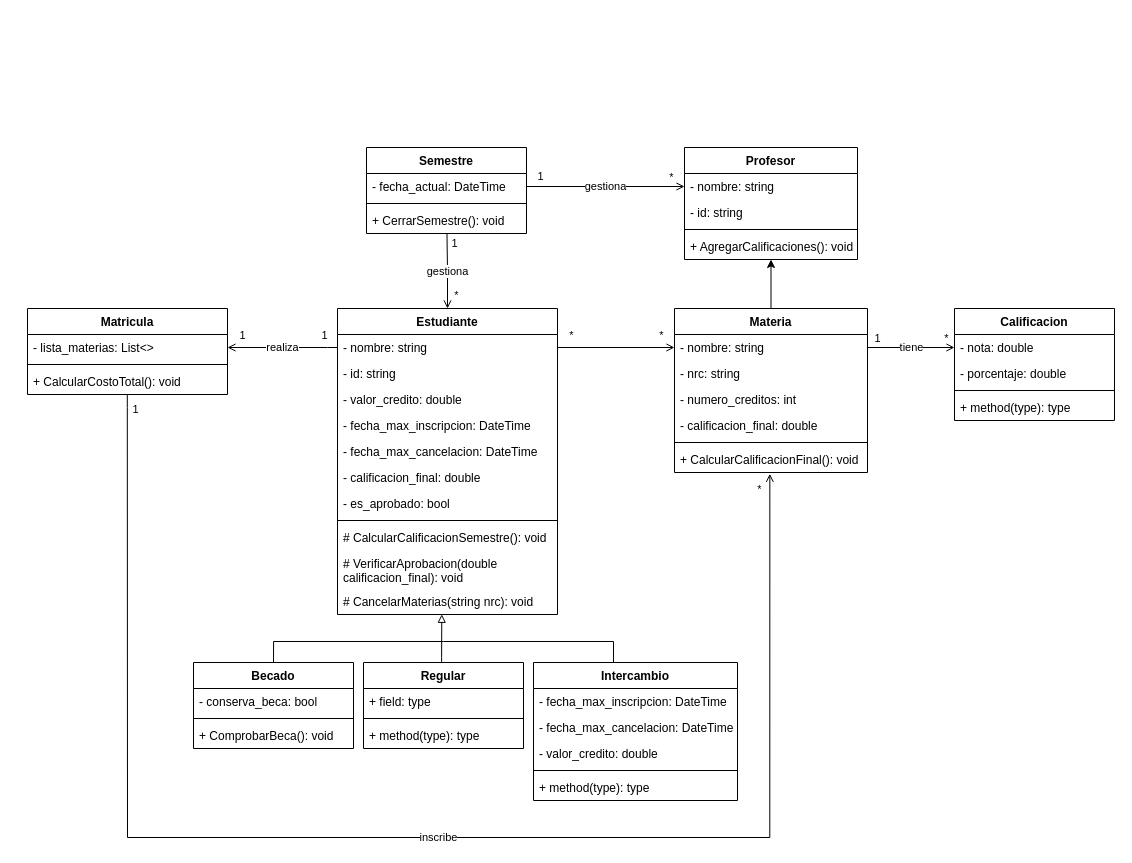
Earlier version of the draw.io diagram Diagrama UML.drawio (samuelperezh/sistema-universitario-poo). Source tidied: cells renumbered, new cells numbered last; positions are measured from the earlier drawing's top-left corner, leaving out a move shared by most shapes. Both pictures are drawn from the tidied source at 100%, with x=0, y=0 at pixel (27, 147).
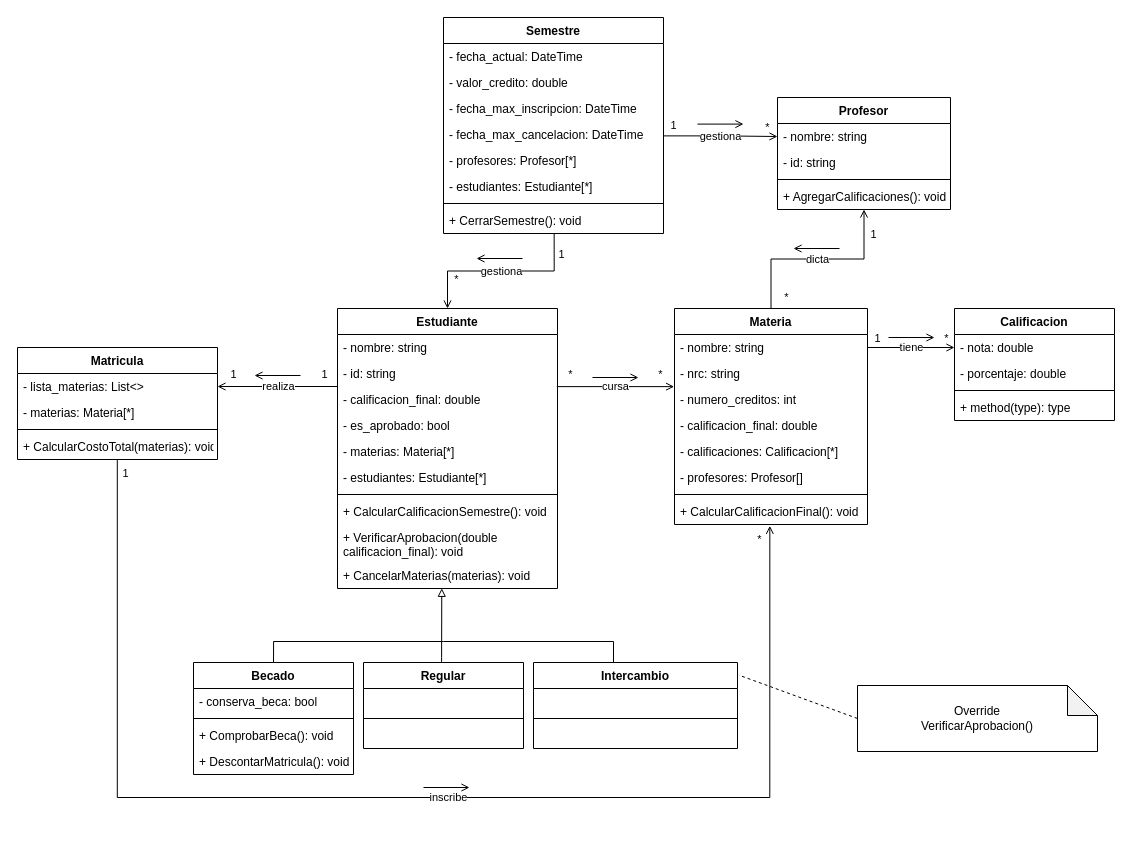
After the change.

Commit message:
Diagrama UML v1.0

The change refers to these unchanged cells:
```xml
<mxCell id="6" value="- nombre: string" style="text;strokeColor=none;fillColor=none;align=left;verticalAlign=top;spacingLeft=4;spacingRight=4;overflow=hidden;points=[[0,0.5],[1,0.5]];portConstraint=eastwest;" parent="5" vertex="1">
  <mxGeometry y="26" width="220" height="26" as="geometry" />
</mxCell>
<mxCell id="7" value="- id: string" style="text;strokeColor=none;fillColor=none;align=left;verticalAlign=top;spacingLeft=4;spacingRight=4;overflow=hidden;points=[[0,0.5],[1,0.5]];portConstraint=eastwest;" parent="5" vertex="1">
  <mxGeometry y="52" width="220" height="26" as="geometry" />
</mxCell>
<mxCell id="26" value="- lista_materias: List&lt;&gt;" style="text;strokeColor=none;fillColor=none;align=left;verticalAlign=top;spacingLeft=4;spacingRight=4;overflow=hidden;points=[[0,0.5],[1,0.5]];portConstraint=eastwest;" parent="25" vertex="1">
  <mxGeometry y="26" width="200" height="26" as="geometry" />
</mxCell>
<mxCell id="31" value="- nombre: string" style="text;strokeColor=none;fillColor=none;align=left;verticalAlign=top;spacingLeft=4;spacingRight=4;overflow=hidden;points=[[0,0.5],[1,0.5]];portConstraint=eastwest;" parent="30" vertex="1">
  <mxGeometry y="26" width="193" height="26" as="geometry" />
</mxCell>
<mxCell id="32" value="- nrc: string" style="text;strokeColor=none;fillColor=none;align=left;verticalAlign=top;spacingLeft=4;spacingRight=4;overflow=hidden;points=[[0,0.5],[1,0.5]];portConstraint=eastwest;" parent="30" vertex="1">
  <mxGeometry y="52" width="193" height="26" as="geometry" />
</mxCell>
<mxCell id="42" value="- nombre: string" style="text;strokeColor=none;fillColor=none;align=left;verticalAlign=top;spacingLeft=4;spacingRight=4;overflow=hidden;points=[[0,0.5],[1,0.5]];portConstraint=eastwest;" parent="41" vertex="1">
  <mxGeometry y="26" width="173" height="26" as="geometry" />
</mxCell>
<mxCell id="51" value="Regular" style="swimlane;fontStyle=1;align=center;verticalAlign=top;horizontal=1;startSize=26;fillColor=none;" parent="1" vertex="1">
  <mxGeometry x="336" y="515" width="160" height="86" as="geometry" />
</mxCell>
```

Change to the diagram source:
```diff
@@
     <mxCell id="5" value="Estudiante" style="swimlane;fontStyle=1;align=center;verticalAlign=top;horizontal=1;startSize=26;fillColor=none;" parent="1" vertex="1">
-      <mxGeometry x="310" y="161" width="220" height="306" as="geometry" />
+      <mxGeometry x="310" y="161" width="220" height="280" as="geometry" />
     </mxCell>
@@
-    <mxCell id="8" value="- valor_credito: double" style="text;strokeColor=none;fillColor=none;align=left;verticalAlign=top;spacingLeft=4;spacingRight=4;overflow=hidden;" parent="5" vertex="1">
-      <mxGeometry y="78" width="220" height="26" as="geometry" />
-    </mxCell>
-    <mxCell id="9" value="- fecha_max_inscripcion: DateTime" style="text;strokeColor=none;fillColor=none;align=left;verticalAlign=top;spacingLeft=4;spacingRight=4;overflow=hidden;" parent="5" vertex="1">
-      <mxGeometry y="104" width="220" height="26" as="geometry" />
-    </mxCell>
-    <mxCell id="10" value="- fecha_max_cancelacion: DateTime" style="text;strokeColor=none;fillColor=none;align=left;verticalAlign=top;spacingLeft=4;spacingRight=4;overflow=hidden;points=[[0,0.5],[1,0.5]];portConstraint=eastwest;" parent="5" vertex="1">
-      <mxGeometry y="130" width="220" height="26" as="geometry" />
-    </mxCell>
     <mxCell id="11" value="- calificacion_final: double" style="text;strokeColor=none;fillColor=none;align=left;verticalAlign=top;spacingLeft=4;spacingRight=4;overflow=hidden;points=[[0,0.5],[1,0.5]];portConstraint=eastwest;" parent="5" vertex="1">
-      <mxGeometry y="156" width="220" height="26" as="geometry" />
+      <mxGeometry y="78" width="220" height="26" as="geometry" />
     </mxCell>
     <mxCell id="12" value="- es_aprobado: bool" style="text;strokeColor=none;fillColor=none;align=left;verticalAlign=top;spacingLeft=4;spacingRight=4;overflow=hidden;" parent="5" vertex="1">
-      <mxGeometry y="182" width="220" height="26" as="geometry" />
+      <mxGeometry y="104" width="220" height="26" as="geometry" />
     </mxCell>
+    <mxCell id="81" value="- materias: Materia[*]" style="text;strokeColor=none;fillColor=none;align=left;verticalAlign=top;spacingLeft=4;spacingRight=4;overflow=hidden;" parent="5" vertex="1">
+      <mxGeometry y="130" width="220" height="26" as="geometry" />
+    </mxCell>
+    <mxCell id="82" value="- estudiantes: Estudiante[*]" style="text;strokeColor=none;fillColor=none;align=left;verticalAlign=top;spacingLeft=4;spacingRight=4;overflow=hidden;" parent="5" vertex="1">
+      <mxGeometry y="156" width="220" height="26" as="geometry" />
+    </mxCell>
     <mxCell id="13" style="line;strokeWidth=1;fillColor=none;align=left;verticalAlign=middle;spacingTop=-1;spacingLeft=3;spacingRight=3;labelPosition=right;" parent="5" vertex="1">
-      <mxGeometry y="208" width="220" height="8" as="geometry" />
+      <mxGeometry y="182" width="220" height="8" as="geometry" />
     </mxCell>
-    <mxCell id="14" value="# CalcularCalificacionSemestre(): void" style="text;strokeColor=none;fillColor=none;align=left;verticalAlign=top;spacingLeft=4;spacingRight=4;overflow=hidden;" parent="5" vertex="1">
-      <mxGeometry y="216" width="220" height="26" as="geometry" />
+    <mxCell id="14" value="+ CalcularCalificacionSemestre(): void" style="text;strokeColor=none;fillColor=none;align=left;verticalAlign=top;spacingLeft=4;spacingRight=4;overflow=hidden;" parent="5" vertex="1">
+      <mxGeometry y="190" width="220" height="26" as="geometry" />
     </mxCell>
-    <mxCell id="15" value="# VerificarAprobacion(double &#10;calificacion_final): void" style="text;strokeColor=none;fillColor=none;align=left;verticalAlign=top;spacingLeft=4;spacingRight=4;overflow=hidden;" parent="5" vertex="1">
-      <mxGeometry y="242" width="220" height="38" as="geometry" />
+    <mxCell id="15" value="+ VerificarAprobacion(double &#10;calificacion_final): void" style="text;strokeColor=none;fillColor=none;align=left;verticalAlign=top;spacingLeft=4;spacingRight=4;overflow=hidden;" parent="5" vertex="1">
+      <mxGeometry y="216" width="220" height="38" as="geometry" />
     </mxCell>
-    <mxCell id="16" value="# CancelarMaterias(string nrc): void" style="text;strokeColor=none;fillColor=none;align=left;verticalAlign=top;spacingLeft=4;spacingRight=4;overflow=hidden;points=[[0,0.5],[1,0.5]];portConstraint=eastwest;" parent="5" vertex="1">
-      <mxGeometry y="280" width="220" height="26" as="geometry" />
+    <mxCell id="16" value="+ CancelarMaterias(materias): void" style="text;strokeColor=none;fillColor=none;align=left;verticalAlign=top;spacingLeft=4;spacingRight=4;overflow=hidden;points=[[0,0.5],[1,0.5]];portConstraint=eastwest;" parent="5" vertex="1">
+      <mxGeometry y="254" width="220" height="26" as="geometry" />
     </mxCell>
@@
     <mxCell id="22" value="inscribe" style="edgeStyle=orthogonalEdgeStyle;rounded=0;jettySize=auto;html=1;startArrow=none;startFill=0;endArrow=open;endFill=0;entryX=0.494;entryY=1.051;entryDx=0;entryDy=0;entryPerimeter=0;exitX=0.499;exitY=1.022;exitDx=0;exitDy=0;exitPerimeter=0;" parent="1" edge="1" source="28" target="36">
-      <mxGeometry x="0.04" relative="1" as="geometry">
+      <mxGeometry x="0.06" relative="1" as="geometry">
         <Array as="points">
-          <mxPoint x="100" y="260" />
-          <mxPoint x="100" y="260" />
-          <mxPoint x="100" y="690" />
-          <mxPoint x="742" y="690" />
+          <mxPoint x="90" y="650" />
+          <mxPoint x="742" y="650" />
         </Array>
       </mxGeometry>
     </mxCell>
@@
     <mxCell id="25" value="Matricula" style="swimlane;fontStyle=1;align=center;verticalAlign=top;horizontal=1;startSize=26;fillColor=none;" parent="1" vertex="1">
-      <mxGeometry y="161" width="200" height="86" as="geometry" />
+      <mxGeometry x="-10" y="200" width="200" height="112" as="geometry" />
     </mxCell>
@@
+    <mxCell id="83" value="- materias: Materia[*]" style="text;strokeColor=none;fillColor=none;align=left;verticalAlign=top;spacingLeft=4;spacingRight=4;overflow=hidden;" parent="25" vertex="1">
+      <mxGeometry y="52" width="200" height="26" as="geometry" />
+    </mxCell>
     <mxCell id="27" style="line;strokeWidth=1;fillColor=none;align=left;verticalAlign=middle;spacingTop=-1;spacingLeft=3;spacingRight=3;labelPosition=right;" parent="25" vertex="1">
-      <mxGeometry y="52" width="200" height="8" as="geometry" />
+      <mxGeometry y="78" width="200" height="8" as="geometry" />
     </mxCell>
-    <mxCell id="28" value="+ CalcularCostoTotal(): void" style="text;strokeColor=none;fillColor=none;align=left;verticalAlign=top;spacingLeft=4;spacingRight=4;overflow=hidden;points=[[0,0.5],[1,0.5]];portConstraint=eastwest;" parent="25" vertex="1">
-      <mxGeometry y="60" width="200" height="26" as="geometry" />
+    <mxCell id="28" value="+ CalcularCostoTotal(materias): void" style="text;strokeColor=none;fillColor=none;align=left;verticalAlign=top;spacingLeft=4;spacingRight=4;overflow=hidden;points=[[0,0.5],[1,0.5]];portConstraint=eastwest;" parent="25" vertex="1">
+      <mxGeometry y="86" width="200" height="26" as="geometry" />
     </mxCell>
-    <mxCell id="29" style="edgeStyle=orthogonalEdgeStyle;rounded=0;jettySize=auto;html=1;exitX=0.5;exitY=0;exitDx=0;exitDy=0;entryX=0.5;entryY=1;entryDx=0;entryDy=0;" parent="1" edge="1" source="30" target="41">
+    <mxCell id="29" value="dicta" style="edgeStyle=orthogonalEdgeStyle;rounded=0;jettySize=auto;html=1;exitX=0.5;exitY=0;exitDx=0;exitDy=0;entryX=0.5;entryY=1;entryDx=0;entryDy=0;endArrow=open;endFill=0;" parent="1" edge="1" source="30" target="41">
       <mxGeometry relative="1" as="geometry" />
     </mxCell>
+    <mxCell id="84" value="1" style="edgeLabel;html=1;align=center;verticalAlign=middle;labelBackgroundColor=none;" parent="29" vertex="1">
+      <mxGeometry x="0.76" y="1" relative="1" as="geometry">
+        <mxPoint x="10" y="1" as="offset" />
+      </mxGeometry>
+    </mxCell>
+    <mxCell id="85" value="*" style="edgeLabel;html=1;align=center;verticalAlign=middle;labelBackgroundColor=none;" parent="29" vertex="1">
+      <mxGeometry x="-0.28" relative="1" as="geometry">
+        <mxPoint x="-5" y="38" as="offset" />
+      </mxGeometry>
+    </mxCell>
     <mxCell id="30" value="Materia" style="swimlane;fontStyle=1;align=center;verticalAlign=top;horizontal=1;startSize=26;fillColor=none;" parent="1" vertex="1">
-      <mxGeometry x="647" y="161" width="193" height="164" as="geometry" />
+      <mxGeometry x="647" y="161" width="193" height="216" as="geometry" />
     </mxCell>
@@
+    <mxCell id="86" value="- calificaciones: Calificacion[*]" style="text;strokeColor=none;fillColor=none;align=left;verticalAlign=top;spacingLeft=4;spacingRight=4;overflow=hidden;" parent="30" vertex="1">
+      <mxGeometry y="130" width="193" height="26" as="geometry" />
+    </mxCell>
+    <mxCell id="87" value="- profesores: Profesor[]" style="text;strokeColor=none;fillColor=none;align=left;verticalAlign=top;spacingLeft=4;spacingRight=4;overflow=hidden;" parent="30" vertex="1">
+      <mxGeometry y="156" width="193" height="26" as="geometry" />
+    </mxCell>
     <mxCell id="35" style="line;strokeWidth=1;fillColor=none;align=left;verticalAlign=middle;spacingTop=-1;spacingLeft=3;spacingRight=3;labelPosition=right;" parent="30" vertex="1">
-      <mxGeometry y="130" width="193" height="8" as="geometry" />
+      <mxGeometry y="182" width="193" height="8" as="geometry" />
     </mxCell>
     <mxCell id="36" value="+ CalcularCalificacionFinal(): void" style="text;strokeColor=none;fillColor=none;align=left;verticalAlign=top;spacingLeft=4;spacingRight=4;overflow=hidden;points=[[0,0.5],[1,0.5]];portConstraint=eastwest;" parent="30" vertex="1">
-      <mxGeometry y="138" width="193" height="26" as="geometry" />
+      <mxGeometry y="190" width="193" height="26" as="geometry" />
     </mxCell>
     <mxCell id="37" value="Semestre" style="swimlane;fontStyle=1;align=center;verticalAlign=top;horizontal=1;startSize=26;fillColor=none;" parent="1" vertex="1">
-      <mxGeometry x="339" width="160" height="86" as="geometry" />
+      <mxGeometry x="416" y="-130" width="220" height="216" as="geometry" />
     </mxCell>
     <mxCell id="38" value="- fecha_actual: DateTime" style="text;strokeColor=none;fillColor=none;align=left;verticalAlign=top;spacingLeft=4;spacingRight=4;overflow=hidden;points=[[0,0.5],[1,0.5]];portConstraint=eastwest;" parent="37" vertex="1">
-      <mxGeometry y="26" width="160" height="26" as="geometry" />
+      <mxGeometry y="26" width="220" height="26" as="geometry" />
     </mxCell>
+    <mxCell id="8" value="- valor_credito: double" style="text;strokeColor=none;fillColor=none;align=left;verticalAlign=top;spacingLeft=4;spacingRight=4;overflow=hidden;" parent="37" vertex="1">
+      <mxGeometry y="52" width="220" height="26" as="geometry" />
+    </mxCell>
+    <mxCell id="9" value="- fecha_max_inscripcion: DateTime" style="text;strokeColor=none;fillColor=none;align=left;verticalAlign=top;spacingLeft=4;spacingRight=4;overflow=hidden;" parent="37" vertex="1">
+      <mxGeometry y="78" width="220" height="26" as="geometry" />
+    </mxCell>
+    <mxCell id="10" value="- fecha_max_cancelacion: DateTime" style="text;strokeColor=none;fillColor=none;align=left;verticalAlign=top;spacingLeft=4;spacingRight=4;overflow=hidden;points=[[0,0.5],[1,0.5]];portConstraint=eastwest;" parent="37" vertex="1">
+      <mxGeometry y="104" width="220" height="26" as="geometry" />
+    </mxCell>
+    <mxCell id="88" value="- profesores: Profesor[*]" style="text;strokeColor=none;fillColor=none;align=left;verticalAlign=top;spacingLeft=4;spacingRight=4;overflow=hidden;" parent="37" vertex="1">
+      <mxGeometry y="130" width="220" height="26" as="geometry" />
+    </mxCell>
+    <mxCell id="89" value="- estudiantes: Estudiante[*]" style="text;strokeColor=none;fillColor=none;align=left;verticalAlign=top;spacingLeft=4;spacingRight=4;overflow=hidden;" parent="37" vertex="1">
+      <mxGeometry y="156" width="220" height="26" as="geometry" />
+    </mxCell>
     <mxCell id="39" style="line;strokeWidth=1;fillColor=none;align=left;verticalAlign=middle;spacingTop=-1;spacingLeft=3;spacingRight=3;labelPosition=right;" parent="37" vertex="1">
-      <mxGeometry y="52" width="160" height="8" as="geometry" />
+      <mxGeometry y="182" width="220" height="8" as="geometry" />
     </mxCell>
     <mxCell id="40" value="+ CerrarSemestre(): void" style="text;strokeColor=none;fillColor=none;align=left;verticalAlign=top;spacingLeft=4;spacingRight=4;overflow=hidden;points=[[0,0.5],[1,0.5]];portConstraint=eastwest;" parent="37" vertex="1">
-      <mxGeometry y="60" width="160" height="26" as="geometry" />
+      <mxGeometry y="190" width="220" height="26" as="geometry" />
     </mxCell>
     <mxCell id="41" value="Profesor" style="swimlane;fontStyle=1;align=center;verticalAlign=top;horizontal=1;startSize=26;fillColor=none;" parent="1" vertex="1">
-      <mxGeometry x="657" width="173" height="112" as="geometry" />
+      <mxGeometry x="750" y="-50" width="173" height="112" as="geometry" />
     </mxCell>
@@
     <mxCell id="46" value="Becado" style="swimlane;fontStyle=1;align=center;verticalAlign=top;horizontal=1;startSize=26;fillColor=none;" parent="1" vertex="1">
-      <mxGeometry x="166" y="515" width="160" height="86" as="geometry" />
+      <mxGeometry x="166" y="515" width="160" height="112" as="geometry" />
     </mxCell>
@@
+    <mxCell id="90" value="+ DescontarMatricula(): void" style="text;strokeColor=none;fillColor=none;align=left;verticalAlign=top;spacingLeft=4;spacingRight=4;overflow=hidden;" parent="46" vertex="1">
+      <mxGeometry y="86" width="160" height="26" as="geometry" />
+    </mxCell>
@@
-    <mxCell id="52" value="+ field: type" style="text;strokeColor=none;fillColor=none;align=left;verticalAlign=top;spacingLeft=4;spacingRight=4;overflow=hidden;" parent="51" vertex="1">
+    <mxCell id="52" value=" " style="text;strokeColor=none;fillColor=none;align=left;verticalAlign=top;spacingLeft=4;spacingRight=4;overflow=hidden;" parent="51" vertex="1">
       <mxGeometry y="26" width="160" height="26" as="geometry" />
     </mxCell>
@@
-    <mxCell id="54" value="+ method(type): type" style="text;strokeColor=none;fillColor=none;align=left;verticalAlign=top;spacingLeft=4;spacingRight=4;overflow=hidden;" parent="51" vertex="1">
+    <mxCell id="54" value=" " style="text;strokeColor=none;fillColor=none;align=left;verticalAlign=top;spacingLeft=4;spacingRight=4;overflow=hidden;" parent="51" vertex="1">
       <mxGeometry y="60" width="160" height="26" as="geometry" />
     </mxCell>
     <mxCell id="55" value="Intercambio" style="swimlane;fontStyle=1;align=center;verticalAlign=top;horizontal=1;startSize=26;fillColor=none;" parent="1" vertex="1">
-      <mxGeometry x="506" y="515" width="204" height="138" as="geometry" />
+      <mxGeometry x="506" y="515" width="204" height="86" as="geometry" />
     </mxCell>
-    <mxCell id="56" value="- fecha_max_inscripcion: DateTime" style="text;strokeColor=none;fillColor=none;align=left;verticalAlign=top;spacingLeft=4;spacingRight=4;overflow=hidden;" parent="55" vertex="1">
+    <mxCell id="56" value=" " style="text;strokeColor=none;fillColor=none;align=left;verticalAlign=top;spacingLeft=4;spacingRight=4;overflow=hidden;" parent="55" vertex="1">
       <mxGeometry y="26" width="204" height="26" as="geometry" />
     </mxCell>
-    <mxCell id="57" value="- fecha_max_cancelacion: DateTime" style="text;strokeColor=none;fillColor=none;align=left;verticalAlign=top;spacingLeft=4;spacingRight=4;overflow=hidden;" parent="55" vertex="1">
-      <mxGeometry y="52" width="204" height="26" as="geometry" />
-    </mxCell>
-    <mxCell id="58" value="- valor_credito: double" style="text;strokeColor=none;fillColor=none;align=left;verticalAlign=top;spacingLeft=4;spacingRight=4;overflow=hidden;" parent="55" vertex="1">
-      <mxGeometry y="78" width="204" height="26" as="geometry" />
-    </mxCell>
     <mxCell id="59" style="line;strokeWidth=1;fillColor=none;align=left;verticalAlign=middle;spacingTop=-1;spacingLeft=3;spacingRight=3;labelPosition=right;" parent="55" vertex="1">
-      <mxGeometry y="104" width="204" height="8" as="geometry" />
+      <mxGeometry y="52" width="204" height="8" as="geometry" />
     </mxCell>
-    <mxCell id="60" value="+ method(type): type" style="text;strokeColor=none;fillColor=none;align=left;verticalAlign=top;spacingLeft=4;spacingRight=4;overflow=hidden;" parent="55" vertex="1">
-      <mxGeometry y="112" width="204" height="26" as="geometry" />
+    <mxCell id="60" value=" " style="text;strokeColor=none;fillColor=none;align=left;verticalAlign=top;spacingLeft=4;spacingRight=4;overflow=hidden;" parent="55" vertex="1">
+      <mxGeometry y="60" width="204" height="26" as="geometry" />
     </mxCell>
@@
-    <mxCell id="72" value="realiza" style="edgeStyle=orthogonalEdgeStyle;rounded=0;jettySize=auto;html=1;exitX=1;exitY=0.5;exitDx=0;exitDy=0;entryX=0;entryY=0.5;entryDx=0;entryDy=0;startArrow=open;startFill=0;endArrow=none;endFill=0;" parent="1" edge="1" source="26" target="6">
+    <mxCell id="72" value="realiza" style="edgeStyle=orthogonalEdgeStyle;rounded=0;jettySize=auto;html=1;startArrow=open;startFill=0;endArrow=none;endFill=0;entryX=0;entryY=0.09;entryDx=0;entryDy=0;entryPerimeter=0;exitX=1;exitY=0.5;exitDx=0;exitDy=0;" parent="1" edge="1" source="26" target="11">
       <mxGeometry relative="1" as="geometry">
         <Array as="points">
-          <mxPoint x="300" y="200" />
-          <mxPoint x="300" y="200" />
+          <mxPoint x="310" y="239" />
         </Array>
       </mxGeometry>
     </mxCell>
@@
-    <mxCell id="75" value="gestiona" style="edgeStyle=orthogonalEdgeStyle;rounded=0;jettySize=auto;html=1;exitX=1;exitY=0.5;exitDx=0;exitDy=0;entryX=0;entryY=0.5;entryDx=0;entryDy=0;startArrow=none;startFill=0;endArrow=open;endFill=0;" parent="1" edge="1" source="38" target="42">
+    <mxCell id="75" value="gestiona" style="edgeStyle=orthogonalEdgeStyle;rounded=0;jettySize=auto;html=1;entryX=0;entryY=0.5;entryDx=0;entryDy=0;startArrow=none;startFill=0;endArrow=open;endFill=0;exitX=1.001;exitY=0.553;exitDx=0;exitDy=0;exitPerimeter=0;" parent="1" edge="1" source="10" target="42">
       <mxGeometry relative="1" as="geometry" />
     </mxCell>
@@
-    <mxCell id="78" style="edgeStyle=orthogonalEdgeStyle;rounded=0;jettySize=auto;html=1;exitX=1;exitY=0.5;exitDx=0;exitDy=0;startArrow=none;startFill=0;endArrow=open;endFill=0;entryX=0;entryY=0.5;entryDx=0;entryDy=0;" parent="1" edge="1" source="6" target="31">
-      <mxGeometry relative="1" as="geometry" />
+    <mxCell id="78" value="cursa" style="edgeStyle=orthogonalEdgeStyle;rounded=0;jettySize=auto;html=1;exitX=0.997;exitY=1.005;exitDx=0;exitDy=0;startArrow=none;startFill=0;endArrow=open;endFill=0;entryX=-0.002;entryY=1.005;entryDx=0;entryDy=0;exitPerimeter=0;entryPerimeter=0;" parent="1" edge="1" source="7" target="32">
+      <mxGeometry relative="1" as="geometry">
+        <Array as="points">
+          <mxPoint x="590" y="239" />
+          <mxPoint x="590" y="239" />
+        </Array>
+      </mxGeometry>
     </mxCell>
@@
+    <mxCell id="91" style="rounded=0;jettySize=auto;html=1;exitX=0;exitY=0.5;exitDx=0;exitDy=0;exitPerimeter=0;entryX=1.007;entryY=0.147;entryDx=0;entryDy=0;dashed=1;endArrow=none;endFill=0;entryPerimeter=0;" parent="1" edge="1" source="92" target="55">
+      <mxGeometry relative="1" as="geometry" />
+    </mxCell>
+    <mxCell id="92" value="Override&lt;br&gt;VerificarAprobacion()" style="shape=note;whiteSpace=wrap;html=1;backgroundOutline=1;darkOpacity=0.05;" parent="1" vertex="1">
+      <mxGeometry x="830" y="538" width="240" height="66" as="geometry" />
+    </mxCell>
+    <mxCell id="93" style="endArrow=open;html=1;rounded=0;endFill=0;labelBackgroundColor=default;" parent="1" edge="1">
+      <mxGeometry relative="1" as="geometry">
+        <mxPoint x="495" y="111" as="sourcePoint" />
+        <mxPoint x="449" y="111" as="targetPoint" />
+      </mxGeometry>
+    </mxCell>
+    <mxCell id="94" style="endArrow=none;html=1;rounded=0;endFill=0;labelBackgroundColor=default;startArrow=open;startFill=0;" parent="1" edge="1">
+      <mxGeometry relative="1" as="geometry">
+        <mxPoint x="716" y="-23.4" as="sourcePoint" />
+        <mxPoint x="670" y="-23.4" as="targetPoint" />
+      </mxGeometry>
+    </mxCell>
+    <mxCell id="95" style="endArrow=open;html=1;rounded=0;endFill=0;labelBackgroundColor=default;" parent="1" edge="1">
+      <mxGeometry relative="1" as="geometry">
+        <mxPoint x="812" y="101" as="sourcePoint" />
+        <mxPoint x="766" y="101" as="targetPoint" />
+      </mxGeometry>
+    </mxCell>
+    <mxCell id="96" style="endArrow=none;html=1;rounded=0;endFill=0;labelBackgroundColor=default;startArrow=open;startFill=0;" parent="1" edge="1">
+      <mxGeometry relative="1" as="geometry">
+        <mxPoint x="907" y="190" as="sourcePoint" />
+        <mxPoint x="861" y="190" as="targetPoint" />
+      </mxGeometry>
+    </mxCell>
+    <mxCell id="97" style="endArrow=none;html=1;rounded=0;endFill=0;labelBackgroundColor=default;startArrow=open;startFill=0;" parent="1" edge="1">
+      <mxGeometry relative="1" as="geometry">
+        <mxPoint x="611" y="230" as="sourcePoint" />
+        <mxPoint x="565" y="230" as="targetPoint" />
+      </mxGeometry>
+    </mxCell>
+    <mxCell id="98" style="endArrow=open;html=1;rounded=0;endFill=0;labelBackgroundColor=default;" parent="1" edge="1">
+      <mxGeometry relative="1" as="geometry">
+        <mxPoint x="273" y="228" as="sourcePoint" />
+        <mxPoint x="227" y="228" as="targetPoint" />
+      </mxGeometry>
+    </mxCell>
+    <mxCell id="99" style="endArrow=none;html=1;rounded=0;endFill=0;labelBackgroundColor=default;startArrow=open;startFill=0;" parent="1" edge="1">
+      <mxGeometry relative="1" as="geometry">
+        <mxPoint x="442" y="640" as="sourcePoint" />
+        <mxPoint x="396" y="640" as="targetPoint" />
+      </mxGeometry>
+    </mxCell>
```
